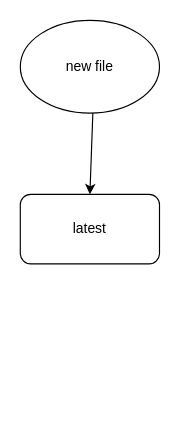
Before: Untitled Diagram.drawio in johnson845173/bolt_project_weather_monitor, a draw.io diagram. Source tidied: cells renumbered, new cells numbered last; positions are measured from the earlier drawing's top-left corner, leaving out a move shared by most shapes. Both pictures are drawn from the tidied source at 116%, with x=0, y=0 at pixel (20, 20).
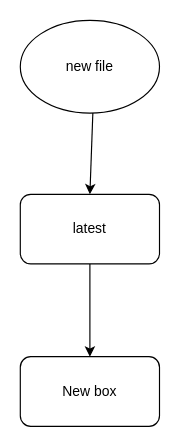
Above is the later version.

Diff of the diagram source:
```diff
@@
 <mxGraphModel>
   <root>
     <mxCell id="0" />
     <mxCell id="1" parent="0" />
     <mxCell id="2" style="edgeStyle=none;html=1;" parent="1" edge="1" source="3" target="4">
       <mxGeometry relative="1" as="geometry" />
     </mxCell>
     <mxCell id="3" value="new file" style="ellipse;whiteSpace=wrap;html=1;" parent="1" vertex="1">
       <mxGeometry width="120" height="80" as="geometry" />
     </mxCell>
+    <mxCell id="5" style="edgeStyle=none;html=1;" parent="1" edge="1" source="4" target="6">
+      <mxGeometry relative="1" as="geometry" />
+    </mxCell>
     <mxCell id="4" value="latest" style="rounded=1;whiteSpace=wrap;html=1;" parent="1" vertex="1">
       <mxGeometry y="150" width="120" height="60" as="geometry" />
     </mxCell>
+    <mxCell id="6" value="New box" style="rounded=1;whiteSpace=wrap;html=1;" parent="1" vertex="1">
+      <mxGeometry y="290" width="120" height="60" as="geometry" />
+    </mxCell>
   </root>
 </mxGraphModel>
```
